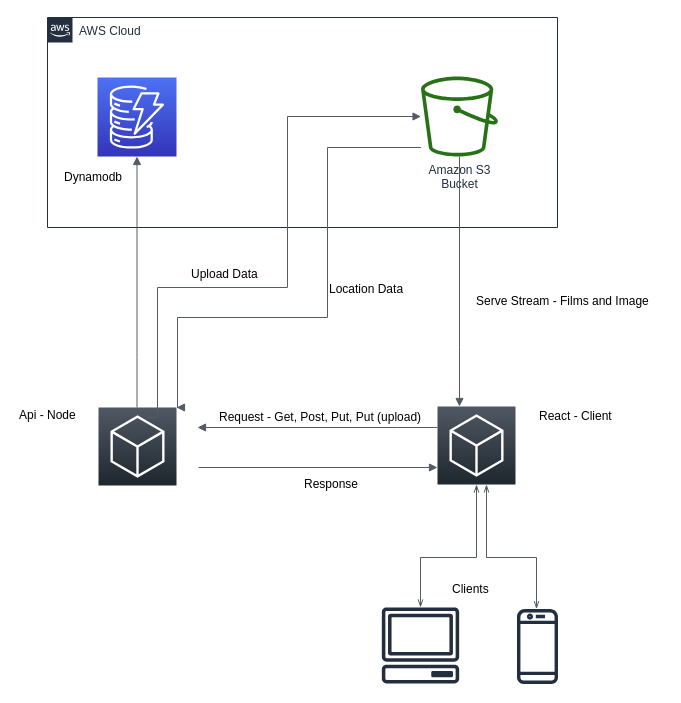
Before: public/Untitled Diagram.drawio in jerrymartins/reactHooks, a draw.io diagram. Source tidied: cells renumbered, new cells numbered last; positions are measured from the earlier drawing's top-left corner, leaving out a move shared by most shapes. Both pictures are drawn from the tidied source at 100%, with x=0, y=0 at pixel (17, 17).
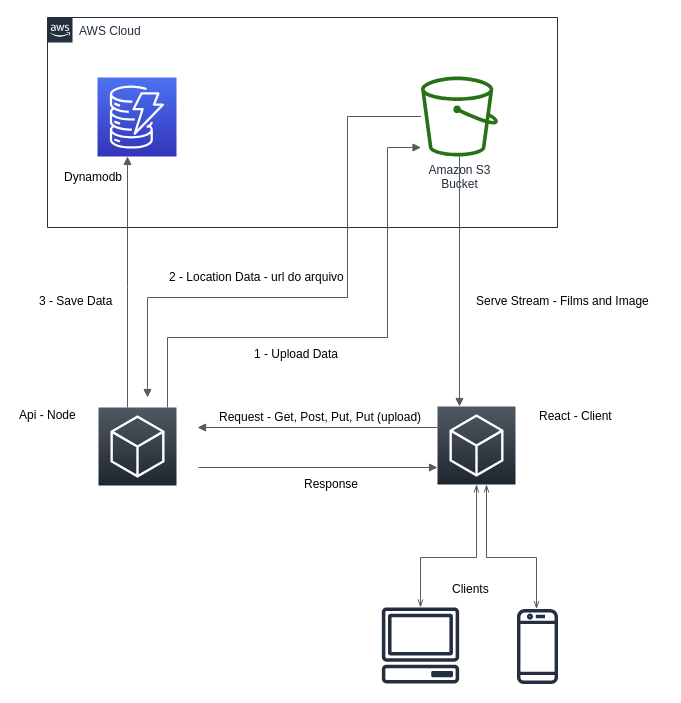
The same page after the edit.

Unchanged cells that the change refers to:
```xml
<mxCell id="9" value="Amazon S3&lt;br&gt;Bucket&lt;br&gt;" style="outlineConnect=0;fontColor=#232F3E;gradientColor=none;fillColor=#277116;strokeColor=none;dashed=0;verticalLabelPosition=bottom;verticalAlign=top;align=center;html=1;fontSize=12;fontStyle=0;shape=mxgraph.aws4.bucket;labelBackgroundColor=#ffffff;" parent="1" vertex="1">
  <mxGeometry x="403.5" y="59" width="77" height="80" as="geometry" />
</mxCell>
<mxCell id="10" style="outlineConnect=0;fontColor=#232F3E;gradientColor=#4D72F3;gradientDirection=north;fillColor=#3334B9;strokeColor=#ffffff;dashed=0;verticalLabelPosition=bottom;verticalAlign=top;align=center;html=1;fontSize=12;fontStyle=0;shape=mxgraph.aws4.resourceIcon;resIcon=mxgraph.aws4.dynamodb;" parent="1" vertex="1">
  <mxGeometry x="80" y="60" width="79" height="79" as="geometry" />
</mxCell>
<mxCell id="13" style="gradientDirection=north;outlineConnect=0;fontColor=#232F3E;gradientColor=#505863;fillColor=#1E262E;strokeColor=#ffffff;dashed=0;verticalLabelPosition=bottom;verticalAlign=top;align=center;html=1;fontSize=12;fontStyle=0;shape=mxgraph.aws4.resourceIcon;resIcon=mxgraph.aws4.general;" parent="1" vertex="1">
  <mxGeometry x="81" y="390" width="78" height="78" as="geometry" />
</mxCell>
```

What changed in the source:
```diff
@@
     <mxCell id="18" style="edgeStyle=orthogonalEdgeStyle;html=1;endArrow=none;elbow=vertical;startArrow=block;startFill=1;strokeColor=#545B64;rounded=0;" parent="1" edge="1" source="10" target="13">
       <mxGeometry relative="1" as="geometry">
         <Array as="points">
-          <mxPoint x="120" y="340" />
-          <mxPoint x="120" y="340" />
+          <mxPoint x="110" y="270" />
+          <mxPoint x="110" y="270" />
         </Array>
       </mxGeometry>
     </mxCell>
@@
     <mxCell id="24" style="edgeStyle=orthogonalEdgeStyle;html=1;endArrow=none;elbow=vertical;startArrow=block;startFill=1;strokeColor=#545B64;rounded=0;" parent="1" edge="1" source="9">
       <mxGeometry relative="1" as="geometry">
-        <mxPoint x="130" y="400" as="targetPoint" />
+        <mxPoint x="150" y="390" as="targetPoint" />
         <Array as="points">
-          <mxPoint x="270" y="99" />
-          <mxPoint x="270" y="270" />
-          <mxPoint x="140" y="270" />
-          <mxPoint x="140" y="400" />
+          <mxPoint x="370" y="130" />
+          <mxPoint x="370" y="320" />
+          <mxPoint x="150" y="320" />
         </Array>
       </mxGeometry>
     </mxCell>
-    <mxCell id="25" value="Upload Data&lt;br&gt;" style="text;html=1;align=left;verticalAlign=top;spacingTop=-4;" parent="1" vertex="1">
-      <mxGeometry x="172" y="247" width="80" height="20" as="geometry" />
+    <mxCell id="25" value="1 - Upload Data" style="text;html=1;align=left;verticalAlign=top;spacingTop=-4;" parent="1" vertex="1">
+      <mxGeometry x="235" y="326.5" width="100" height="20" as="geometry" />
     </mxCell>
@@
-    <mxCell id="30" style="edgeStyle=orthogonalEdgeStyle;html=1;endArrow=none;elbow=vertical;startArrow=block;startFill=1;strokeColor=#545B64;rounded=0;" parent="1" edge="1" source="13" target="9">
-      <mxGeometry relative="1" as="geometry">
-        <Array as="points">
-          <mxPoint x="160" y="390" />
-          <mxPoint x="160" y="300" />
-          <mxPoint x="310" y="300" />
-          <mxPoint x="310" y="130" />
-        </Array>
-      </mxGeometry>
-    </mxCell>
-    <mxCell id="31" value="Location Data" style="text;html=1;align=left;verticalAlign=top;spacingTop=-4;" parent="1" vertex="1">
-      <mxGeometry x="309.5" y="262" width="90" height="20" as="geometry" />
+    <mxCell id="31" value="2 - Location Data - url do arquivo" style="text;html=1;align=left;verticalAlign=top;spacingTop=-4;" parent="1" vertex="1">
+      <mxGeometry x="150" y="250" width="190" height="20" as="geometry" />
     </mxCell>
+    <mxCell id="32" style="edgeStyle=orthogonalEdgeStyle;html=1;endArrow=none;elbow=vertical;startArrow=block;startFill=1;strokeColor=#545B64;rounded=0;" parent="1" edge="1" target="9">
+      <mxGeometry relative="1" as="geometry">
+        <mxPoint x="130" y="380" as="sourcePoint" />
+        <Array as="points">
+          <mxPoint x="130" y="370" />
+          <mxPoint x="130" y="280" />
+          <mxPoint x="330" y="280" />
+          <mxPoint x="330" y="100" />
+        </Array>
+      </mxGeometry>
+    </mxCell>
+    <mxCell id="33" value="3 - Save Data&lt;br&gt;" style="text;html=1;align=left;verticalAlign=top;spacingTop=-4;" parent="1" vertex="1">
+      <mxGeometry x="20" y="274" width="90" height="20" as="geometry" />
+    </mxCell>
```
